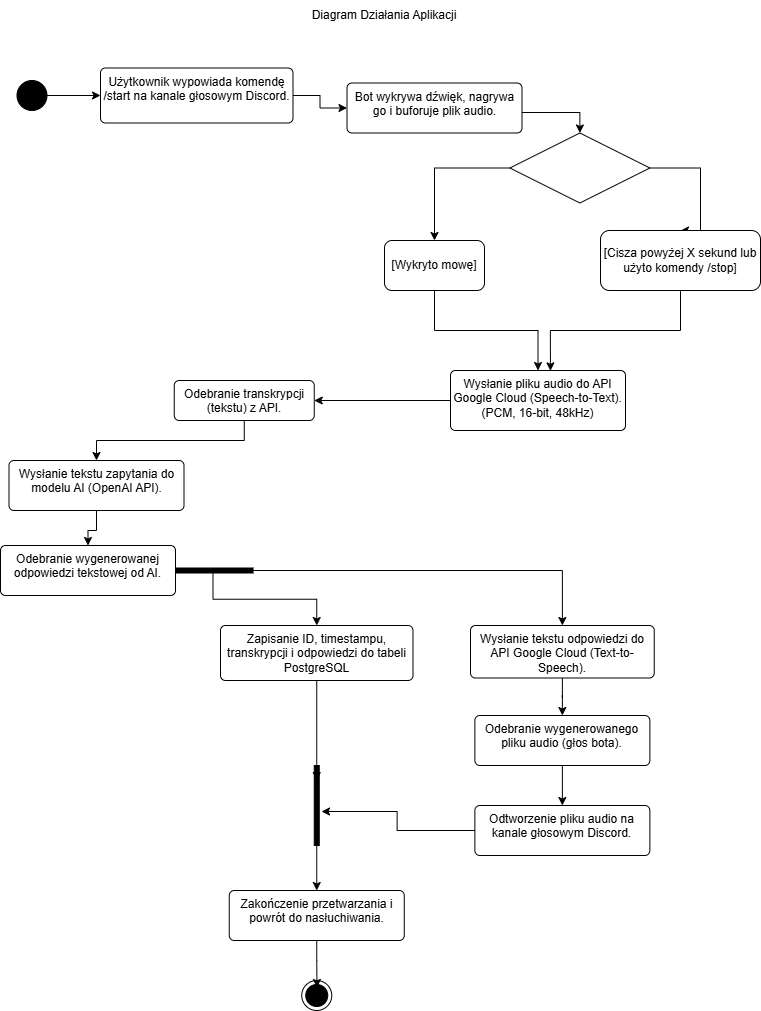
This is diagram_dzialania_aplikacji.drawio.png from OskarSzafraniec/discord_voice_app, a draw.io export, as it was before one commit. Source tidied: cells renumbered, new cells last; positions are measured from the earlier drawing's top-left corner, leaving out a move shared by most shapes.
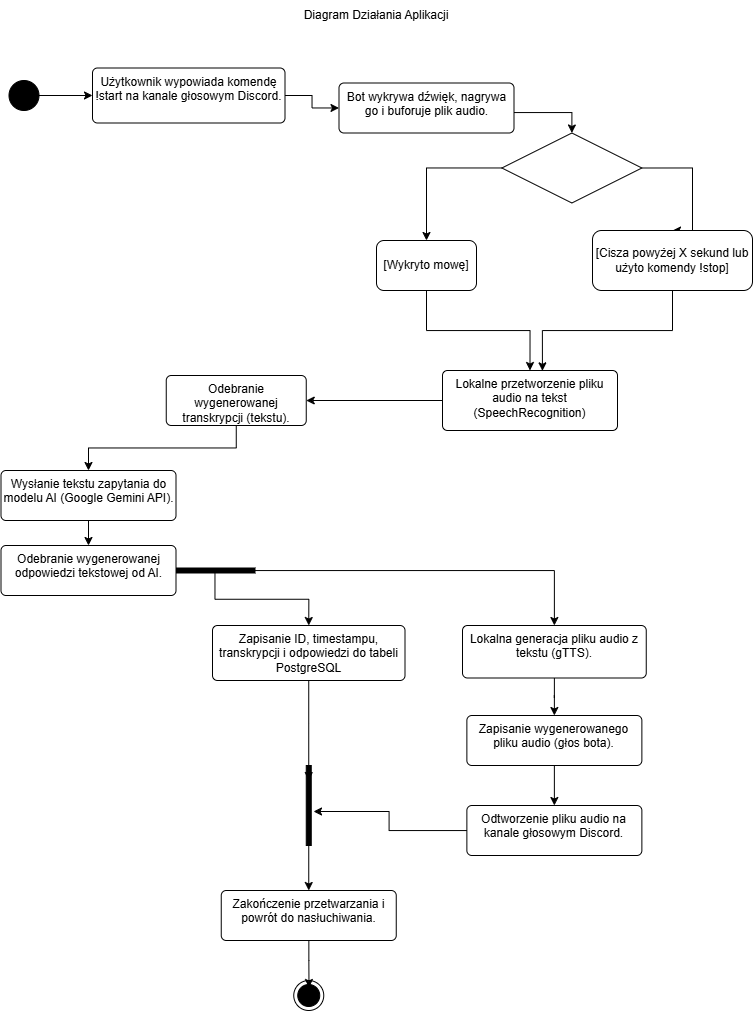
After the change.

Commit message:
Aktualizacja diagramow, README, Planu Projektu(Confluence)

The edit, as a diff of the source:
```diff
@@ -17,7 +17,7 @@
     <mxCell id="6" style="edgeStyle=orthogonalEdgeStyle;rounded=0;jettySize=auto;html=1;" parent="1" edge="1" source="7" target="12">
       <mxGeometry relative="1" as="geometry" />
     </mxCell>
-    <mxCell id="7" value="Użytkownik wypowiada komendę /start na kanale głosowym Discord." style="html=1;align=center;verticalAlign=top;rounded=1;absoluteArcSize=1;arcSize=10;dashed=0;whiteSpace=wrap;" parent="1" vertex="1">
+    <mxCell id="7" value="Użytkownik wypowiada komendę !start na kanale głosowym Discord." style="html=1;align=center;verticalAlign=top;rounded=1;absoluteArcSize=1;arcSize=10;dashed=0;whiteSpace=wrap;" parent="1" vertex="1">
       <mxGeometry x="100" y="67.5" width="192.5" height="55" as="geometry" />
     </mxCell>
     <mxCell id="8" style="edgeStyle=orthogonalEdgeStyle;rounded=0;jettySize=auto;html=1;entryX=0.5;entryY=0;entryDx=0;entryDy=0;" parent="1" edge="1" source="10" target="20">
@@ -27,7 +27,7 @@
       <mxGeometry relative="1" as="geometry" />
     </mxCell>
     <mxCell id="10" style="html=1;points=[];perimeter=orthogonalPerimeter;fillColor=strokeColor;rotation=-90;" parent="1" vertex="1">
-      <mxGeometry x="210" y="530" width="5" height="80" as="geometry" />
+      <mxGeometry x="220" y="530" width="5" height="80" as="geometry" />
     </mxCell>
     <mxCell id="11" style="edgeStyle=orthogonalEdgeStyle;rounded=0;jettySize=auto;html=1;entryX=0.5;entryY=0;entryDx=0;entryDy=0;" parent="1" edge="1" source="12" target="34">
       <mxGeometry relative="1" as="geometry">
@@ -42,23 +42,23 @@
     <mxCell id="13" style="edgeStyle=orthogonalEdgeStyle;rounded=0;jettySize=auto;html=1;entryX=1;entryY=0.5;entryDx=0;entryDy=0;" parent="1" edge="1" source="14" target="16">
       <mxGeometry relative="1" as="geometry" />
     </mxCell>
-    <mxCell id="14" value="Wysłanie pliku audio do API Google Cloud (Speech-to-Text).&lt;div&gt;(PCM, 16-bit, 48kHz)&lt;/div&gt;" style="html=1;align=center;verticalAlign=top;rounded=1;absoluteArcSize=1;arcSize=10;dashed=0;whiteSpace=wrap;" parent="1" vertex="1">
+    <mxCell id="14" value="Lokalne przetworzenie pliku audio na tekst (SpeechRecognition)" style="html=1;align=center;verticalAlign=top;rounded=1;absoluteArcSize=1;arcSize=10;dashed=0;whiteSpace=wrap;" parent="1" vertex="1">
       <mxGeometry x="450" y="370" width="175" height="60" as="geometry" />
     </mxCell>
     <mxCell id="15" style="edgeStyle=orthogonalEdgeStyle;rounded=0;jettySize=auto;html=1;entryX=0.5;entryY=0;entryDx=0;entryDy=0;" parent="1" edge="1" source="16" target="18">
       <mxGeometry relative="1" as="geometry" />
     </mxCell>
-    <mxCell id="16" value="Odebranie transkrypcji (tekstu) z API." style="html=1;align=center;verticalAlign=top;rounded=1;absoluteArcSize=1;arcSize=10;dashed=0;whiteSpace=wrap;" parent="1" vertex="1">
-      <mxGeometry x="173.8" y="380" width="140" height="40" as="geometry" />
+    <mxCell id="16" value="Odebranie wygenerowanej transkrypcji (tekstu)." style="html=1;align=center;verticalAlign=top;rounded=1;absoluteArcSize=1;arcSize=10;dashed=0;whiteSpace=wrap;" parent="1" vertex="1">
+      <mxGeometry x="173.8" y="375" width="140" height="50" as="geometry" />
     </mxCell>
     <mxCell id="17" style="edgeStyle=orthogonalEdgeStyle;rounded=0;jettySize=auto;html=1;entryX=0.5;entryY=0;entryDx=0;entryDy=0;" parent="1" edge="1" source="18" target="19">
       <mxGeometry relative="1" as="geometry" />
     </mxCell>
-    <mxCell id="18" value="Wysłanie tekstu zapytania do modelu AI (OpenAI API)." style="html=1;align=center;verticalAlign=top;rounded=1;absoluteArcSize=1;arcSize=10;dashed=0;whiteSpace=wrap;" parent="1" vertex="1">
-      <mxGeometry x="8.5" y="460" width="175" height="50" as="geometry" />
+    <mxCell id="18" value="Wysłanie tekstu zapytania do modelu AI (Google Gemini API)." style="html=1;align=center;verticalAlign=top;rounded=1;absoluteArcSize=1;arcSize=10;dashed=0;whiteSpace=wrap;" parent="1" vertex="1">
+      <mxGeometry x="8.5" y="470" width="175" height="50" as="geometry" />
     </mxCell>
     <mxCell id="19" value="Odebranie wygenerowanej odpowiedzi tekstowej od AI." style="html=1;align=center;verticalAlign=top;rounded=1;absoluteArcSize=1;arcSize=10;dashed=0;whiteSpace=wrap;" parent="1" vertex="1">
-      <mxGeometry y="545" width="175" height="50" as="geometry" />
+      <mxGeometry x="8.5" y="545" width="175" height="50" as="geometry" />
     </mxCell>
     <mxCell id="20" value="Zapisanie ID, timestampu, transkrypcji i odpowiedzi do tabeli PostgreSQL" style="html=1;align=center;verticalAlign=top;rounded=1;absoluteArcSize=1;arcSize=10;dashed=0;whiteSpace=wrap;" parent="1" vertex="1">
       <mxGeometry x="220" y="625" width="192.5" height="55" as="geometry" />
@@ -66,7 +66,7 @@
     <mxCell id="21" style="edgeStyle=orthogonalEdgeStyle;rounded=0;jettySize=auto;html=1;entryX=0.5;entryY=0;entryDx=0;entryDy=0;" parent="1" edge="1" source="22" target="25">
       <mxGeometry relative="1" as="geometry" />
     </mxCell>
-    <mxCell id="22" value="Wysłanie tekstu odpowiedzi do API Google Cloud (Text-to-Speech)." style="html=1;align=center;verticalAlign=top;rounded=1;absoluteArcSize=1;arcSize=10;dashed=0;whiteSpace=wrap;" parent="1" vertex="1">
+    <mxCell id="22" value="Lokalna generacja pliku audio z tekstu (gTTS)." style="html=1;align=center;verticalAlign=top;rounded=1;absoluteArcSize=1;arcSize=10;dashed=0;whiteSpace=wrap;" parent="1" vertex="1">
       <mxGeometry x="470" y="625" width="183.8" height="52.5" as="geometry" />
     </mxCell>
     <mxCell id="23" value="Odtworzenie pliku audio na kanale głosowym Discord." style="html=1;align=center;verticalAlign=top;rounded=1;absoluteArcSize=1;arcSize=10;dashed=0;whiteSpace=wrap;" parent="1" vertex="1">
@@ -75,7 +75,7 @@
     <mxCell id="24" style="edgeStyle=orthogonalEdgeStyle;rounded=0;jettySize=auto;html=1;" parent="1" edge="1" source="25" target="23">
       <mxGeometry relative="1" as="geometry" />
     </mxCell>
-    <mxCell id="25" value="Odebranie wygenerowanego pliku audio (głos bota)." style="html=1;align=center;verticalAlign=top;rounded=1;absoluteArcSize=1;arcSize=10;dashed=0;whiteSpace=wrap;" parent="1" vertex="1">
+    <mxCell id="25" value="Zapisanie wygenerowanego pliku audio (głos bota)." style="html=1;align=center;verticalAlign=top;rounded=1;absoluteArcSize=1;arcSize=10;dashed=0;whiteSpace=wrap;" parent="1" vertex="1">
       <mxGeometry x="474.4" y="715" width="175" height="50" as="geometry" />
     </mxCell>
     <mxCell id="26" style="edgeStyle=orthogonalEdgeStyle;rounded=0;jettySize=auto;html=1;entryX=0.5;entryY=0;entryDx=0;entryDy=0;" parent="1" edge="1" source="27" target="30">
@@ -115,7 +115,7 @@
     <mxCell id="36" value="[Wykryto mowę]" style="rounded=1;whiteSpace=wrap;html=1;" parent="1" vertex="1">
       <mxGeometry x="384" y="240" width="100" height="50" as="geometry" />
     </mxCell>
-    <mxCell id="37" value="&lt;br&gt;[Cisza powyżej X sekund lub użyto komendy /stop]&lt;div&gt;&lt;br/&gt;&lt;/div&gt;" style="rounded=1;whiteSpace=wrap;html=1;" parent="1" vertex="1">
+    <mxCell id="37" value="&lt;br&gt;[Cisza powyżej X sekund lub użyto komendy !stop]&lt;div&gt;&lt;br&gt;&lt;/div&gt;" style="rounded=1;whiteSpace=wrap;html=1;" parent="1" vertex="1">
       <mxGeometry x="600" y="230" width="160" height="60" as="geometry" />
     </mxCell>
     <mxCell id="38" style="edgeStyle=orthogonalEdgeStyle;rounded=0;jettySize=auto;html=1;entryX=0.571;entryY=0.006;entryDx=0;entryDy=0;entryPerimeter=0;" parent="1" edge="1" source="37" target="14">
```
